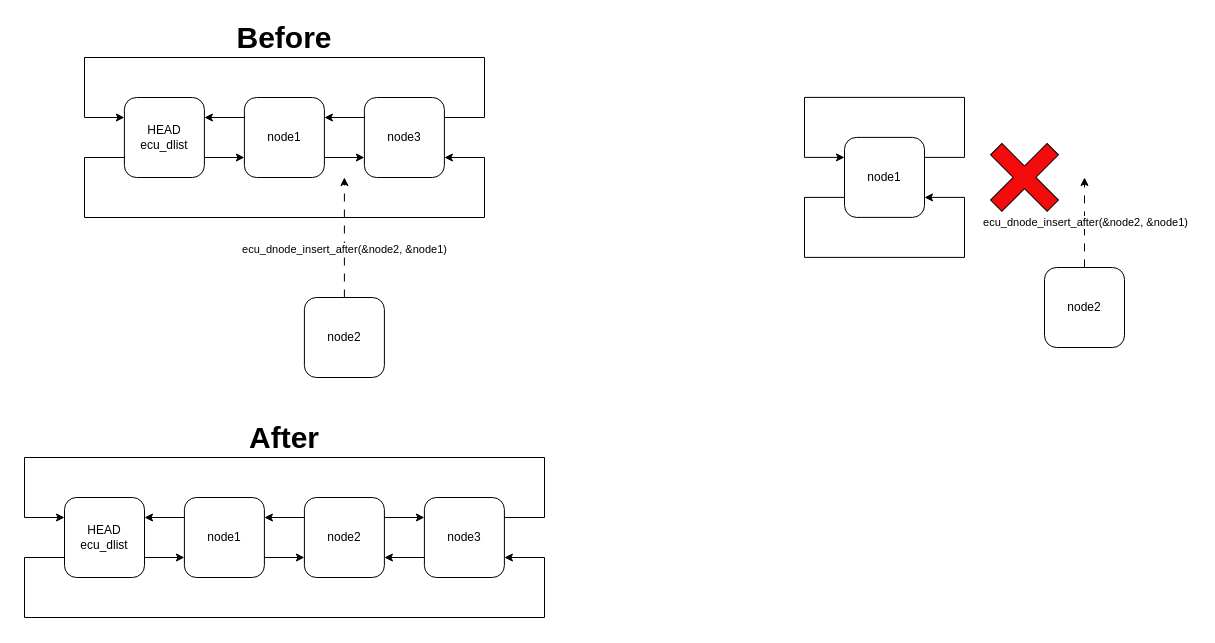
ress059/ecu keeps this draw.io diagram as page "ecu_dnode_insert_after" (5 of 19) of doc/images/dlist/dlist.drawio. Above is the earlier version. Source tidied: cells renumbered, new cells numbered last; positions are measured from the earlier drawing's top-left corner, leaving out a move shared by most shapes. Both pictures are drawn from the tidied source at 100%, with x=0, y=0 at pixel (24, 17).
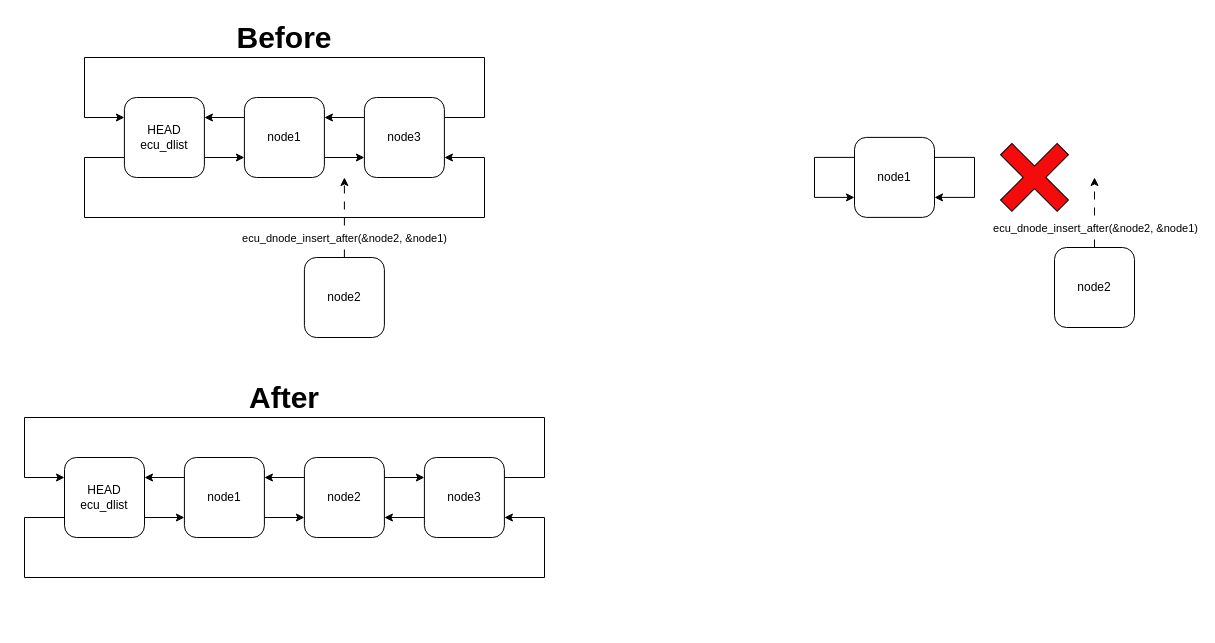
After the change.

Unchanged cells that the change refers to:
```xml
<mxCell id="12" style="endArrow=classic;html=1;rounded=0;dashed=1;exitX=0.5;exitY=0;exitDx=0;exitDy=0;dashPattern=8 8;" parent="1" edge="1" source="11">
  <mxGeometry relative="1" as="geometry">
    <mxPoint x="319.9" y="160" as="targetPoint" />
  </mxGeometry>
</mxCell>
```

What changed in the source:
```diff
@@
     <mxCell id="11" value="node2" style="rounded=1;whiteSpace=wrap;html=1;" parent="1" vertex="1">
-      <mxGeometry x="279.9" y="280" width="80" height="80" as="geometry" />
+      <mxGeometry x="279.9" y="240" width="80" height="80" as="geometry" />
     </mxCell>
@@
     <mxCell id="13" value="ecu_dnode_insert_after(&amp;amp;node2, &amp;amp;node1)" style="edgeLabel;html=1;align=center;verticalAlign=middle;" parent="12" vertex="1">
       <mxGeometry x="0.27" y="-2" relative="1" as="geometry">
-        <mxPoint x="-2" y="27" as="offset" />
+        <mxPoint x="-2" y="31" as="offset" />
       </mxGeometry>
     </mxCell>
     <mxCell id="14" style="edgeStyle=orthogonalEdgeStyle;rounded=0;jettySize=auto;html=1;exitX=0;exitY=0.25;exitDx=0;exitDy=0;entryX=1;entryY=0.25;entryDx=0;entryDy=0;" parent="1" edge="1" source="17" target="20">
       <mxGeometry relative="1" as="geometry">
         <Array as="points">
-          <mxPoint x="179.9" y="500" />
-          <mxPoint x="179.9" y="500" />
+          <mxPoint x="179.9" y="460" />
+          <mxPoint x="179.9" y="460" />
         </Array>
       </mxGeometry>
     </mxCell>
     <mxCell id="15" style="edgeStyle=orthogonalEdgeStyle;rounded=0;jettySize=auto;html=1;entryX=0;entryY=0.25;entryDx=0;entryDy=0;exitX=1;exitY=0.25;exitDx=0;exitDy=0;" parent="1" edge="1" source="25" target="20">
       <mxGeometry relative="1" as="geometry">
         <Array as="points">
-          <mxPoint x="520" y="500" />
-          <mxPoint x="520" y="440" />
-          <mxPoint y="440" />
-          <mxPoint y="500" />
+          <mxPoint x="520" y="460" />
+          <mxPoint x="520" y="400" />
+          <mxPoint y="400" />
+          <mxPoint y="460" />
         </Array>
       </mxGeometry>
     </mxCell>
@@
     <mxCell id="17" value="node1" style="rounded=1;whiteSpace=wrap;html=1;" parent="1" vertex="1">
-      <mxGeometry x="159.9" y="480" width="80" height="80" as="geometry" />
+      <mxGeometry x="159.9" y="440" width="80" height="80" as="geometry" />
     </mxCell>
@@
     <mxCell id="19" style="edgeStyle=orthogonalEdgeStyle;rounded=0;jettySize=auto;html=1;exitX=0;exitY=0.75;exitDx=0;exitDy=0;entryX=1;entryY=0.75;entryDx=0;entryDy=0;" parent="1" edge="1" source="20" target="25">
       <mxGeometry relative="1" as="geometry">
         <Array as="points">
-          <mxPoint y="540" />
-          <mxPoint y="600" />
-          <mxPoint x="520" y="600" />
-          <mxPoint x="520" y="540" />
+          <mxPoint y="500" />
+          <mxPoint y="560" />
+          <mxPoint x="520" y="560" />
+          <mxPoint x="520" y="500" />
         </Array>
       </mxGeometry>
     </mxCell>
     <mxCell id="20" value="HEAD&lt;br&gt;ecu_dlist" style="rounded=1;whiteSpace=wrap;html=1;" parent="1" vertex="1">
-      <mxGeometry x="40" y="480" width="80" height="80" as="geometry" />
+      <mxGeometry x="40" y="440" width="80" height="80" as="geometry" />
     </mxCell>
@@
     <mxCell id="23" value="node2" style="rounded=1;whiteSpace=wrap;html=1;" parent="1" vertex="1">
-      <mxGeometry x="279.9" y="480" width="80" height="80" as="geometry" />
+      <mxGeometry x="279.9" y="440" width="80" height="80" as="geometry" />
     </mxCell>
@@
     <mxCell id="25" value="node3" style="rounded=1;whiteSpace=wrap;html=1;" parent="1" vertex="1">
-      <mxGeometry x="399.9" y="480" width="80" height="80" as="geometry" />
+      <mxGeometry x="399.9" y="440" width="80" height="80" as="geometry" />
     </mxCell>
@@
     <mxCell id="27" value="&lt;b&gt;&lt;font style=&quot;font-size: 30px;&quot;&gt;After&lt;/font&gt;&lt;/b&gt;" style="text;html=1;strokeColor=none;fillColor=none;align=center;verticalAlign=middle;whiteSpace=wrap;rounded=0;" parent="1" vertex="1">
-      <mxGeometry x="199.9" y="400" width="120" height="40" as="geometry" />
+      <mxGeometry x="199.9" y="360" width="120" height="40" as="geometry" />
     </mxCell>
     <mxCell id="28" value="node2" style="rounded=1;whiteSpace=wrap;html=1;" parent="1" vertex="1">
-      <mxGeometry x="1020" y="250" width="80" height="80" as="geometry" />
+      <mxGeometry x="1030" y="230" width="80" height="80" as="geometry" />
     </mxCell>
     <mxCell id="29" style="shape=cross;whiteSpace=wrap;html=1;rotation=45;fillColor=#f40b0b;" parent="1" vertex="1">
-      <mxGeometry x="960" y="119.9" width="80" height="80" as="geometry" />
+      <mxGeometry x="970" y="119.9" width="80" height="80" as="geometry" />
     </mxCell>
-    <mxCell id="30" style="edgeStyle=orthogonalEdgeStyle;rounded=0;orthogonalLoop=1;jettySize=auto;html=1;entryX=0;entryY=0.25;entryDx=0;entryDy=0;exitX=1;exitY=0.25;exitDx=0;exitDy=0;" parent="1" edge="1" source="32" target="32">
-      <mxGeometry relative="1" as="geometry">
-        <Array as="points">
-          <mxPoint x="940" y="139.9" />
-          <mxPoint x="940" y="79.9" />
-          <mxPoint x="780" y="79.9" />
-          <mxPoint x="780" y="139.9" />
-        </Array>
-      </mxGeometry>
-    </mxCell>
-    <mxCell id="31" style="edgeStyle=orthogonalEdgeStyle;rounded=0;orthogonalLoop=1;jettySize=auto;html=1;exitX=0;exitY=0.75;exitDx=0;exitDy=0;entryX=1;entryY=0.75;entryDx=0;entryDy=0;" parent="1" edge="1" source="32" target="32">
-      <mxGeometry relative="1" as="geometry">
-        <Array as="points">
-          <mxPoint x="780" y="179.9" />
-          <mxPoint x="780" y="239.9" />
-          <mxPoint x="940" y="239.9" />
-          <mxPoint x="940" y="179.9" />
-        </Array>
-      </mxGeometry>
-    </mxCell>
+    <mxCell id="35" style="edgeStyle=orthogonalEdgeStyle;rounded=0;orthogonalLoop=1;jettySize=auto;html=1;exitX=1;exitY=0.25;exitDx=0;exitDy=0;entryX=1;entryY=0.75;entryDx=0;entryDy=0;" parent="1" edge="1" source="32" target="32">
+      <mxGeometry relative="1" as="geometry">
+        <Array as="points">
+          <mxPoint x="950" y="140" />
+          <mxPoint x="950" y="180" />
+        </Array>
+      </mxGeometry>
+    </mxCell>
     <mxCell id="32" value="node1" style="rounded=1;whiteSpace=wrap;html=1;" parent="1" vertex="1">
-      <mxGeometry x="820" y="119.9" width="80" height="80" as="geometry" />
+      <mxGeometry x="830" y="119.9" width="80" height="80" as="geometry" />
     </mxCell>
     <mxCell id="33" style="endArrow=classic;html=1;rounded=0;dashed=1;exitX=0.5;exitY=0;exitDx=0;exitDy=0;dashPattern=8 8;" parent="1" edge="1" source="28">
       <mxGeometry relative="1" as="geometry">
-        <mxPoint x="1060" y="160" as="targetPoint" />
+        <mxPoint x="1070" y="160" as="targetPoint" />
       </mxGeometry>
     </mxCell>
     <mxCell id="34" value="ecu_dnode_insert_after(&amp;amp;node2, &amp;amp;node1)" style="edgeLabel;html=1;align=center;verticalAlign=middle;" parent="33" vertex="1">
       <mxGeometry x="0.27" y="-2" relative="1" as="geometry">
-        <mxPoint x="-2" y="11" as="offset" />
+        <mxPoint x="-2" y="24" as="offset" />
       </mxGeometry>
     </mxCell>
+    <mxCell id="36" style="edgeStyle=orthogonalEdgeStyle;rounded=0;orthogonalLoop=1;jettySize=auto;html=1;exitX=0;exitY=0.25;exitDx=0;exitDy=0;entryX=0;entryY=0.75;entryDx=0;entryDy=0;" parent="1" edge="1" source="32" target="32">
+      <mxGeometry relative="1" as="geometry">
+        <Array as="points">
+          <mxPoint x="790" y="140" />
+          <mxPoint x="790" y="180" />
+        </Array>
+      </mxGeometry>
+    </mxCell>
```
